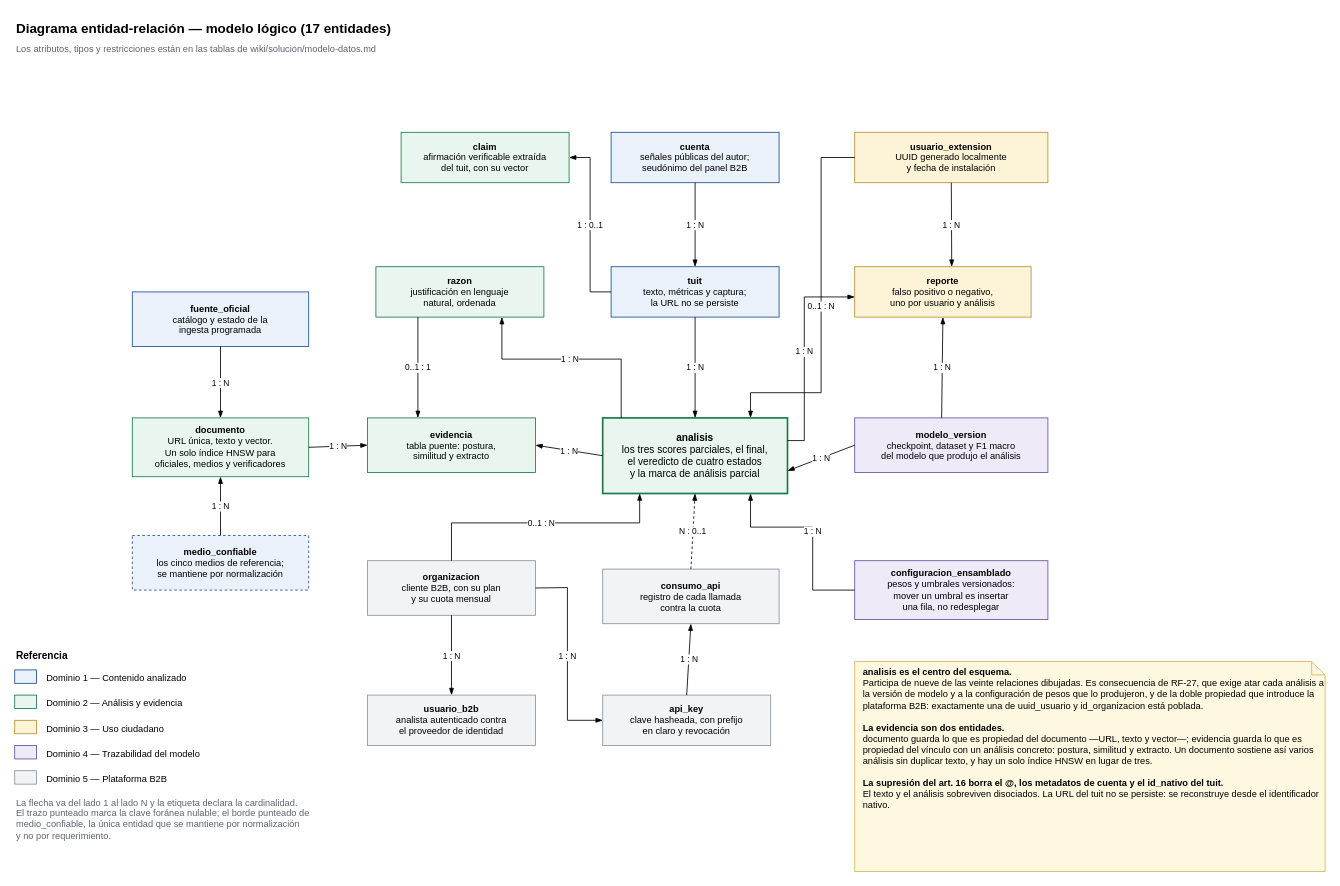
Before: wiki/assets/diagramas/der.drawio in martinnbejarano/PFI-Wiki, a draw.io diagram. Source tidied: cells renumbered, new cells numbered last; positions are measured from the earlier drawing's top-left corner, leaving out a move shared by most shapes. Both pictures are drawn from the tidied source at 84%, with x=0, y=0 at pixel (14, 14).
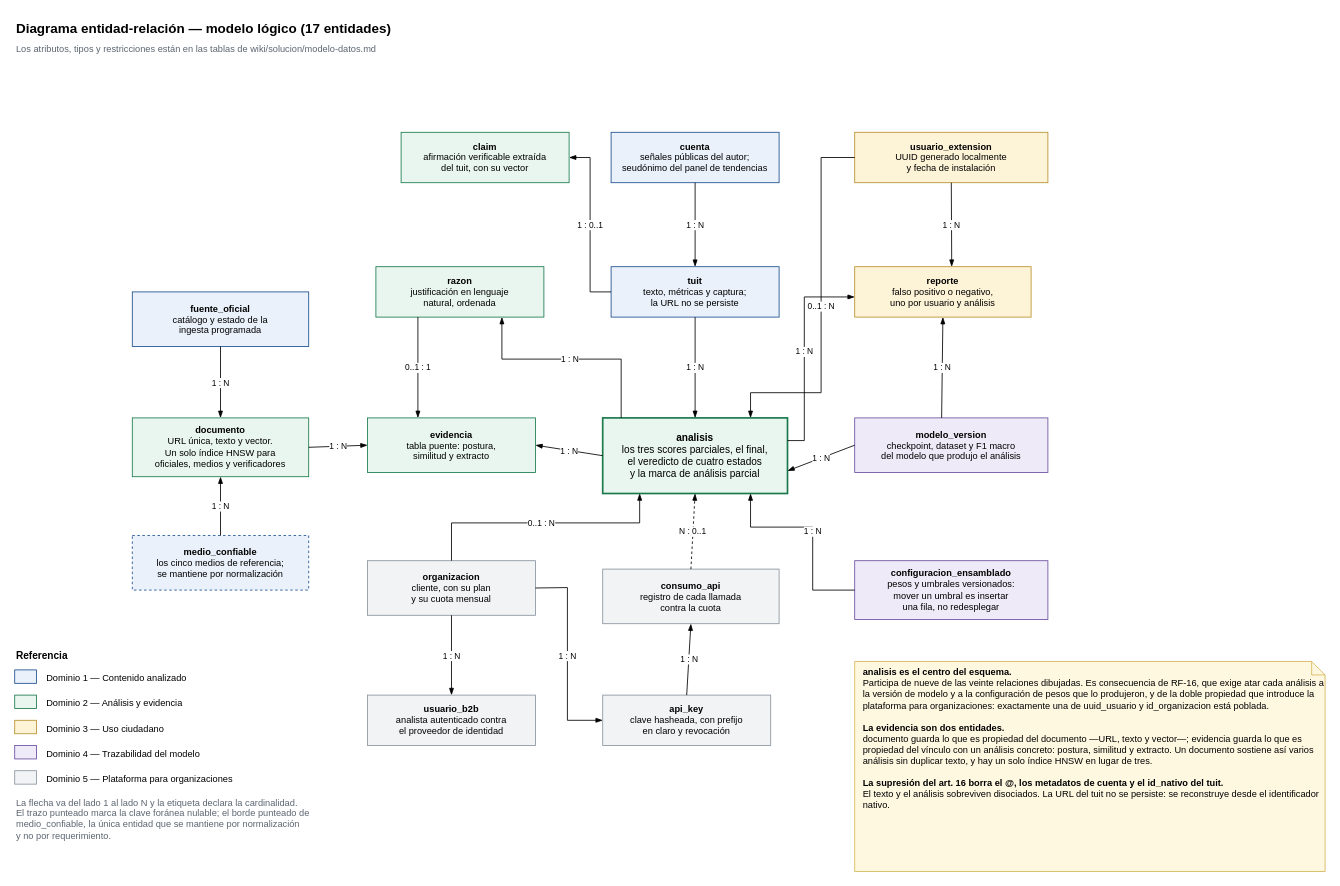
Above is the later version.

Change to the diagram source:
```diff
@@
-    <mxCell id="5" value="&lt;b&gt;cuenta&lt;/b&gt;&#10;señales públicas del autor;&#10;seudónimo del panel B2B" style="rounded=0;whiteSpace=wrap;html=1;fillColor=#eaf1fa;strokeColor=#1b4f8f;fontSize=11;" parent="1" vertex="1">
+    <mxCell id="5" value="&lt;b&gt;cuenta&lt;/b&gt;&#10;señales públicas del autor;&#10;seudónimo del panel de tendencias" style="rounded=0;whiteSpace=wrap;html=1;fillColor=#eaf1fa;strokeColor=#1b4f8f;fontSize=11;" parent="1" vertex="1">
       <mxGeometry x="710" y="140" width="200" height="60" as="geometry" />
     </mxCell>
@@
-    <mxCell id="16" value="&lt;b&gt;organizacion&lt;/b&gt;&#10;cliente B2B, con su plan&#10;y su cuota mensual" style="rounded=0;whiteSpace=wrap;html=1;fillColor=#f1f3f5;strokeColor=#8a949e;fontSize=11;" parent="1" vertex="1">
+    <mxCell id="16" value="&lt;b&gt;organizacion&lt;/b&gt;&#10;cliente, con su plan&#10;y su cuota mensual" style="rounded=0;whiteSpace=wrap;html=1;fillColor=#f1f3f5;strokeColor=#8a949e;fontSize=11;" parent="1" vertex="1">
       <mxGeometry x="420" y="650" width="200" height="65" as="geometry" />
     </mxCell>
@@
-    <mxCell id="51" value="Dominio 5 — Plataforma B2B" style="text;html=1;fontSize=11;" parent="1" vertex="1">
+    <mxCell id="51" value="Dominio 5 — Plataforma para organizaciones" style="text;html=1;fontSize=11;" parent="1" vertex="1">
       <mxGeometry x="36" y="897" width="330" height="20" as="geometry" />
     </mxCell>
@@
-    <mxCell id="53" value="&lt;b&gt;analisis es el centro del esquema.&lt;/b&gt;&#10;Participa de nueve de las veinte relaciones dibujadas. Es consecuencia de RF-27, que exige atar cada análisis a la versión de modelo y a la configuración de pesos que lo produjeron, y de la doble propiedad que introduce la plataforma B2B: exactamente una de uuid_usuario y id_organizacion está poblada.&#10;&#10;&lt;b&gt;La evidencia son dos entidades.&lt;/b&gt;&#10;documento guarda lo que es propiedad del documento —URL, texto y vector—; evidencia guarda lo que es propiedad del vínculo con un análisis concreto: postura, similitud y extracto. Un documento sostiene así varios análisis sin duplicar texto, y hay un solo índice HNSW en lugar de tres.&#10;&#10;&lt;b&gt;La supresión del art. 16 borra el @, los metadatos de cuenta y el id_nativo del tuit.&lt;/b&gt;&#10;El texto y el análisis sobreviven disociados. La URL del tuit no se persiste: se reconstruye desde el identificador nativo." style="shape=note;whiteSpace=wrap;html=1;size=16;fillColor=#fff8e1;strokeColor=#d6b656;fontSize=11;align=left;spacingLeft=8;verticalAlign=top;" parent="1" vertex="1">
+    <mxCell id="53" value="&lt;b&gt;analisis es el centro del esquema.&lt;/b&gt;&#10;Participa de nueve de las veinte relaciones dibujadas. Es consecuencia de RF-16, que exige atar cada análisis a la versión de modelo y a la configuración de pesos que lo produjeron, y de la doble propiedad que introduce la plataforma para organizaciones: exactamente una de uuid_usuario y id_organizacion está poblada.&#10;&#10;&lt;b&gt;La evidencia son dos entidades.&lt;/b&gt;&#10;documento guarda lo que es propiedad del documento —URL, texto y vector—; evidencia guarda lo que es propiedad del vínculo con un análisis concreto: postura, similitud y extracto. Un documento sostiene así varios análisis sin duplicar texto, y hay un solo índice HNSW en lugar de tres.&#10;&#10;&lt;b&gt;La supresión del art. 16 borra el @, los metadatos de cuenta y el id_nativo del tuit.&lt;/b&gt;&#10;El texto y el análisis sobreviven disociados. La URL del tuit no se persiste: se reconstruye desde el identificador nativo." style="shape=note;whiteSpace=wrap;html=1;size=16;fillColor=#fff8e1;strokeColor=#d6b656;fontSize=11;align=left;spacingLeft=8;verticalAlign=top;" parent="1" vertex="1">
       <mxGeometry x="1000" y="770" width="560" height="250" as="geometry" />
     </mxCell>
```
